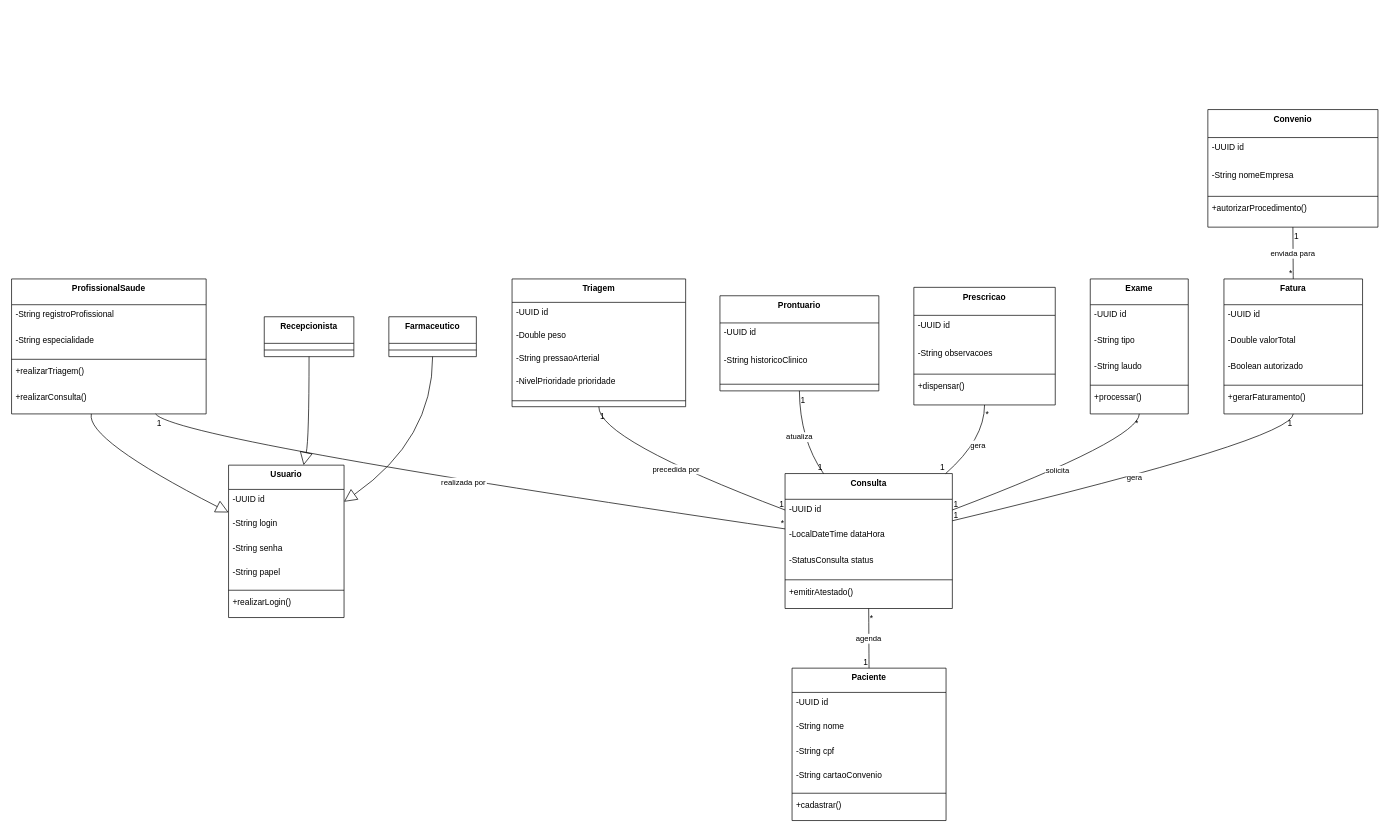
Before: Diagrama de Classes - Medplus.drawio in aalicav/medplus-diagrams, a draw.io diagram. Source tidied: cells renumbered, new cells numbered last; positions are measured from the earlier drawing's top-left corner, leaving out a move shared by most shapes. Both pictures are drawn from the tidied source at 70%, with x=0, y=0 at pixel (11, 109).
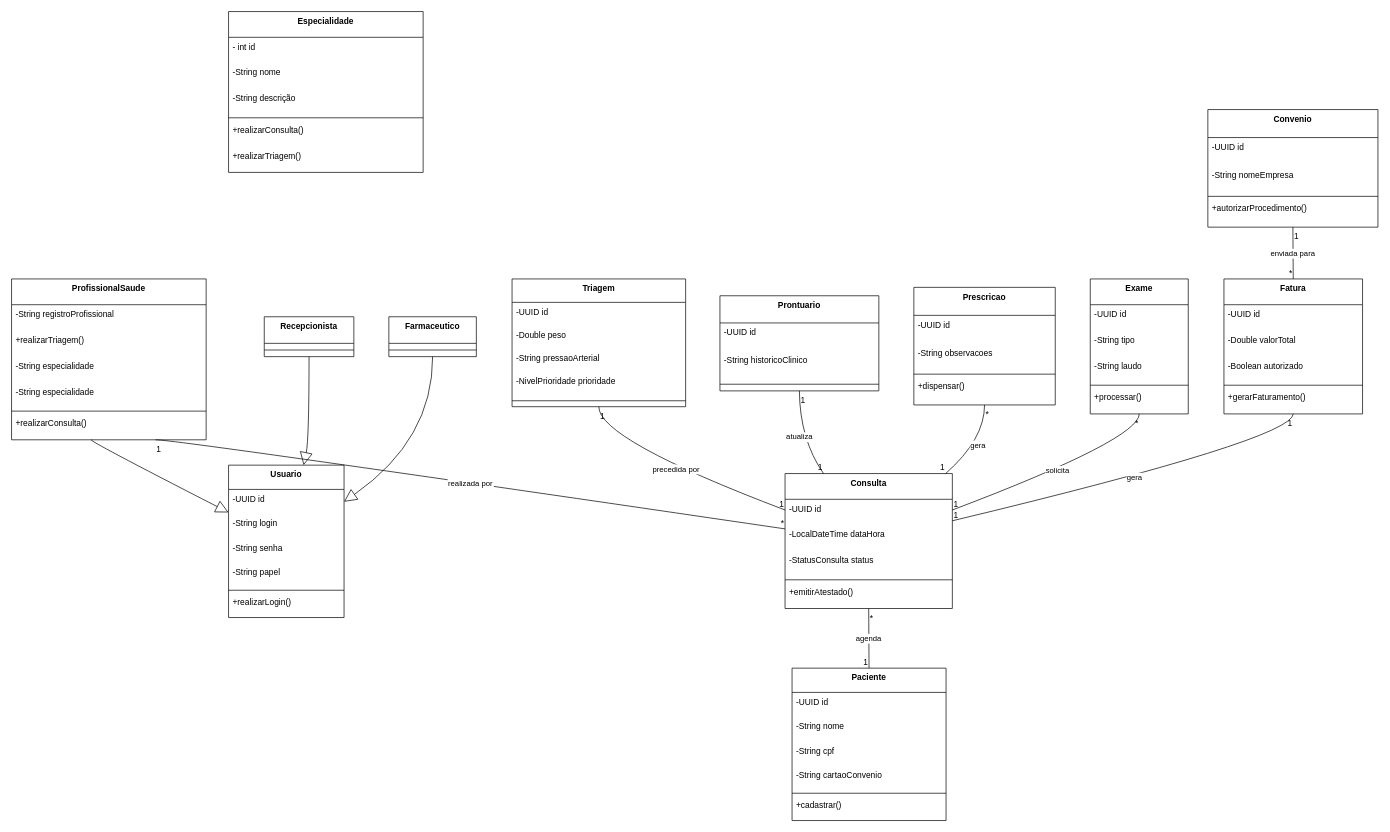
After the change.

Diff of the diagram source:
```diff
@@
     <mxCell id="16" value="ProfissionalSaude" style="swimlane;fontStyle=1;align=center;verticalAlign=top;horizontal=1;startSize=36.8;" parent="1" vertex="1">
-      <mxGeometry y="242" width="278" height="192.8" as="geometry" />
+      <mxGeometry y="242" width="278" height="229.8" as="geometry" />
     </mxCell>
@@
+    <mxCell id="20" value="+realizarTriagem()" style="text;strokeColor=none;fillColor=none;align=left;verticalAlign=top;spacingLeft=4;spacingRight=4;overflow=hidden;" parent="16" vertex="1">
+      <mxGeometry y="73.8" width="278" height="37" as="geometry" />
+    </mxCell>
     <mxCell id="18" value="-String especialidade" style="text;strokeColor=none;fillColor=none;align=left;verticalAlign=top;spacingLeft=4;spacingRight=4;overflow=hidden;" parent="16" vertex="1">
-      <mxGeometry y="73.8" width="278" height="37" as="geometry" />
+      <mxGeometry y="110.8" width="278" height="37" as="geometry" />
     </mxCell>
+    <mxCell id="91" value="-String especialidade" style="text;strokeColor=none;fillColor=none;align=left;verticalAlign=top;spacingLeft=4;spacingRight=4;overflow=hidden;" parent="16" vertex="1">
+      <mxGeometry y="147.8" width="278" height="37" as="geometry" />
+    </mxCell>
     <mxCell id="19" style="line;strokeWidth=1;fillColor=none;align=left;verticalAlign=middle;spacingTop=-1;spacingLeft=3;spacingRight=3;labelPosition=right;strokeColor=inherit;" parent="16" vertex="1">
-      <mxGeometry y="110.8" width="278" height="8" as="geometry" />
+      <mxGeometry y="184.8" width="278" height="8" as="geometry" />
     </mxCell>
-    <mxCell id="20" value="+realizarTriagem()" style="text;strokeColor=none;fillColor=none;align=left;verticalAlign=top;spacingLeft=4;spacingRight=4;overflow=hidden;" parent="16" vertex="1">
-      <mxGeometry y="118.8" width="278" height="37" as="geometry" />
-    </mxCell>
     <mxCell id="21" value="+realizarConsulta()" style="text;strokeColor=none;fillColor=none;align=left;verticalAlign=top;spacingLeft=4;spacingRight=4;overflow=hidden;" parent="16" vertex="1">
-      <mxGeometry y="155.8" width="278" height="37" as="geometry" />
+      <mxGeometry y="192.8" width="278" height="37" as="geometry" />
     </mxCell>
@@
+    <mxCell id="92" value="Especialidade" style="swimlane;fontStyle=1;align=center;verticalAlign=top;horizontal=1;startSize=36.8;" parent="1" vertex="1">
+      <mxGeometry x="310" y="-140" width="278" height="229.8" as="geometry" />
+    </mxCell>
+    <mxCell id="93" value="- int id" style="text;strokeColor=none;fillColor=none;align=left;verticalAlign=top;spacingLeft=4;spacingRight=4;overflow=hidden;" parent="92" vertex="1">
+      <mxGeometry y="36.8" width="278" height="37" as="geometry" />
+    </mxCell>
+    <mxCell id="94" value="-String nome" style="text;strokeColor=none;fillColor=none;align=left;verticalAlign=top;spacingLeft=4;spacingRight=4;overflow=hidden;" parent="92" vertex="1">
+      <mxGeometry y="73.8" width="278" height="37" as="geometry" />
+    </mxCell>
+    <mxCell id="95" value="-String descrição" style="text;strokeColor=none;fillColor=none;align=left;verticalAlign=top;spacingLeft=4;spacingRight=4;overflow=hidden;" parent="92" vertex="1">
+      <mxGeometry y="110.8" width="278" height="37" as="geometry" />
+    </mxCell>
+    <mxCell id="96" style="line;strokeWidth=1;fillColor=none;align=left;verticalAlign=middle;spacingTop=-1;spacingLeft=3;spacingRight=3;labelPosition=right;strokeColor=inherit;" parent="92" vertex="1">
+      <mxGeometry y="147.8" width="278" height="8" as="geometry" />
+    </mxCell>
+    <mxCell id="97" value="+realizarConsulta()" style="text;strokeColor=none;fillColor=none;align=left;verticalAlign=top;spacingLeft=4;spacingRight=4;overflow=hidden;" parent="92" vertex="1">
+      <mxGeometry y="155.8" width="278" height="37" as="geometry" />
+    </mxCell>
+    <mxCell id="98" value="+realizarTriagem()" style="text;strokeColor=none;fillColor=none;align=left;verticalAlign=top;spacingLeft=4;spacingRight=4;overflow=hidden;" parent="92" vertex="1">
+      <mxGeometry y="192.8" width="278" height="37" as="geometry" />
+    </mxCell>
```
